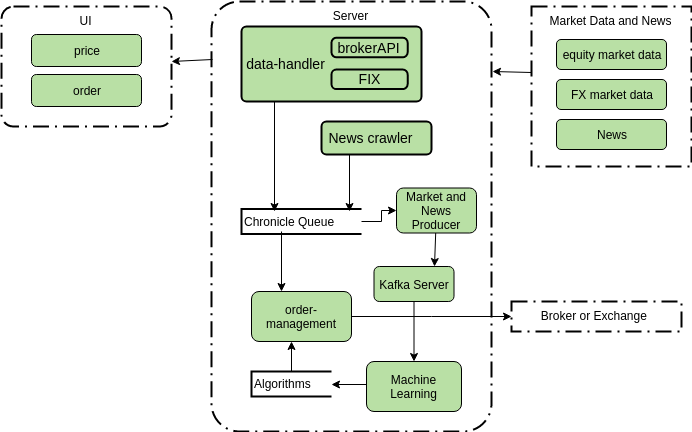
The draw.io diagram images/architecture.png in EdwardPoon/algorithmicTrading, before a commit. Source tidied: cells renumbered, new cells last; positions are measured from the earlier drawing's top-left corner, leaving out a move shared by most shapes.
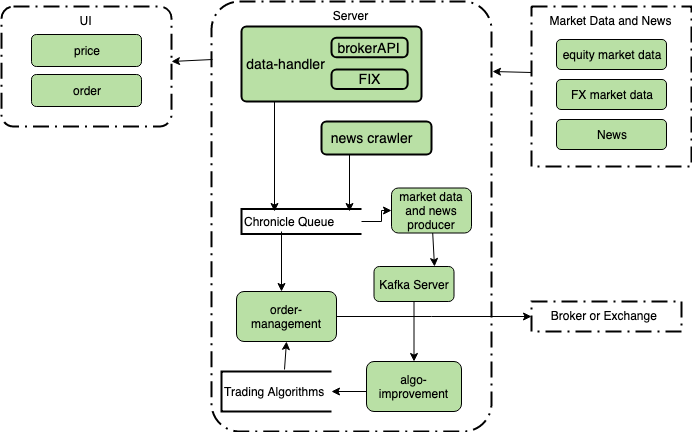
The same diagram one commit later.

Commit message:
update architecture and description

Diff of the diagram source:
```diff
@@ -12,7 +12,7 @@
       <mxGeometry x="210" width="280" height="430" as="geometry" />
     </mxCell>
     <mxCell id="5" value="Broker or Exchange " style="rounded=0;arcSize=10;dashed=1;strokeColor=#000000;fillColor=none;gradientColor=none;dashPattern=8 3 1 3;strokeWidth=2;align=center;verticalAlign=top;" parent="1" vertex="1">
-      <mxGeometry x="510" y="300" width="170" height="30" as="geometry" />
+      <mxGeometry x="530" y="300" width="150" height="30" as="geometry" />
     </mxCell>
     <mxCell id="6" value="price" style="rounded=1;whiteSpace=wrap;html=1;fillColor=#B9E0A5;" parent="1" vertex="1">
       <mxGeometry x="30" y="33" width="110" height="32" as="geometry" />
@@ -35,7 +35,7 @@
       </mxGeometry>
     </mxCell>
     <mxCell id="11" value="order-management" style="rounded=1;whiteSpace=wrap;html=1;fillColor=#B9E0A5;" parent="1" vertex="1">
-      <mxGeometry x="250" y="290" width="100" height="50" as="geometry" />
+      <mxGeometry x="235" y="290" width="100" height="50" as="geometry" />
     </mxCell>
     <mxCell id="12" style="edgeStyle=orthogonalEdgeStyle;rounded=0;jettySize=auto;html=1;exitX=0.326;exitY=0.973;exitDx=0;exitDy=0;entryX=0.275;entryY=0.1;entryDx=0;entryDy=0;entryPerimeter=0;exitPerimeter=0;" parent="1" edge="1" source="24" target="14">
       <mxGeometry relative="1" as="geometry">
@@ -63,15 +63,15 @@
     <mxCell id="18" style="edgeStyle=orthogonalEdgeStyle;rounded=0;jettySize=auto;html=1;exitX=0;exitY=0.5;exitDx=0;exitDy=0;entryX=1;entryY=0.5;entryDx=0;entryDy=0;entryPerimeter=0;" parent="1" edge="1" source="19" target="20">
       <mxGeometry relative="1" as="geometry">
         <Array as="points">
-          <mxPoint x="365" y="383" />
+          <mxPoint x="365" y="390" />
         </Array>
       </mxGeometry>
     </mxCell>
-    <mxCell id="19" value="Machine Learning" style="rounded=1;whiteSpace=wrap;html=1;fillColor=#B9E0A5;" parent="1" vertex="1">
+    <mxCell id="19" value="algo-improvement" style="rounded=1;whiteSpace=wrap;html=1;fillColor=#B9E0A5;" parent="1" vertex="1">
       <mxGeometry x="365" y="360" width="95" height="50" as="geometry" />
     </mxCell>
-    <mxCell id="20" value="Algorithms" style="strokeWidth=2;html=1;shape=mxgraph.flowchart.annotation_1;align=left;rounded=0;fillColor=#B9E0A5;" parent="1" vertex="1">
-      <mxGeometry x="250" y="370" width="80" height="25" as="geometry" />
+    <mxCell id="20" value="Trading Algorithms" style="strokeWidth=2;html=1;shape=mxgraph.flowchart.annotation_1;align=left;rounded=0;fillColor=#B9E0A5;" parent="1" vertex="1">
+      <mxGeometry x="220" y="370" width="110" height="40" as="geometry" />
     </mxCell>
     <mxCell id="21" style="edgeStyle=orthogonalEdgeStyle;rounded=0;jettySize=auto;html=1;exitX=0.25;exitY=1;exitDx=0;exitDy=0;" parent="1" edge="1" source="22">
       <mxGeometry relative="1" as="geometry">
@@ -81,7 +81,7 @@
     <mxCell id="22" style="rounded=1;absoluteArcSize=1;html=1;strokeWidth=2;arcSize=10;fontSize=14;fillColor=#B9E0A5;" parent="1" vertex="1">
       <mxGeometry x="320" y="120" width="110" height="33" as="geometry" />
     </mxCell>
-    <mxCell id="23" value="News crawler" style="html=1;strokeWidth=2;shape=mxgraph.er.anchor;fontSize=14;whiteSpace=wrap;align=center;" parent="22" vertex="1">
+    <mxCell id="23" value="news crawler" style="html=1;strokeWidth=2;shape=mxgraph.er.anchor;fontSize=14;whiteSpace=wrap;align=center;" parent="22" vertex="1">
       <mxGeometry width="100" height="33" as="geometry" />
     </mxCell>
     <mxCell id="24" style="rounded=1;absoluteArcSize=1;html=1;strokeWidth=2;arcSize=10;fontSize=14;fillColor=#B9E0A5;" parent="1" vertex="1">
@@ -106,8 +106,8 @@
         <mxPoint x="530" y="71" as="sourcePoint" />
       </mxGeometry>
     </mxCell>
-    <mxCell id="30" value="Market and News Producer" style="rounded=1;whiteSpace=wrap;html=1;fillColor=#B9E0A5;" parent="1" vertex="1">
-      <mxGeometry x="395" y="186.5" width="80" height="45" as="geometry" />
+    <mxCell id="30" value="market data and news producer" style="rounded=1;whiteSpace=wrap;html=1;fillColor=#B9E0A5;" parent="1" vertex="1">
+      <mxGeometry x="390" y="186.5" width="80" height="45" as="geometry" />
     </mxCell>
     <mxCell id="31" style="endArrow=classic;html=1;" parent="1" edge="1">
       <mxGeometry relative="1" as="geometry">
@@ -118,9 +118,9 @@
     <mxCell id="32" style="endArrow=classic;html=1;entryX=0.75;entryY=0;entryDx=0;entryDy=0;" parent="1" edge="1" source="30" target="17">
       <mxGeometry relative="1" as="geometry" />
     </mxCell>
-    <mxCell id="33" style="endArrow=classic;html=1;exitX=0.5;exitY=0;exitDx=0;exitDy=0;exitPerimeter=0;" parent="1" edge="1" source="20">
+    <mxCell id="33" style="endArrow=classic;html=1;exitX=0.573;exitY=-0.05;exitDx=0;exitDy=0;exitPerimeter=0;" parent="1" edge="1" source="20">
       <mxGeometry relative="1" as="geometry">
-        <mxPoint x="290" y="340" as="targetPoint" />
+        <mxPoint x="285" y="340" as="targetPoint" />
       </mxGeometry>
     </mxCell>
   </root>
```
